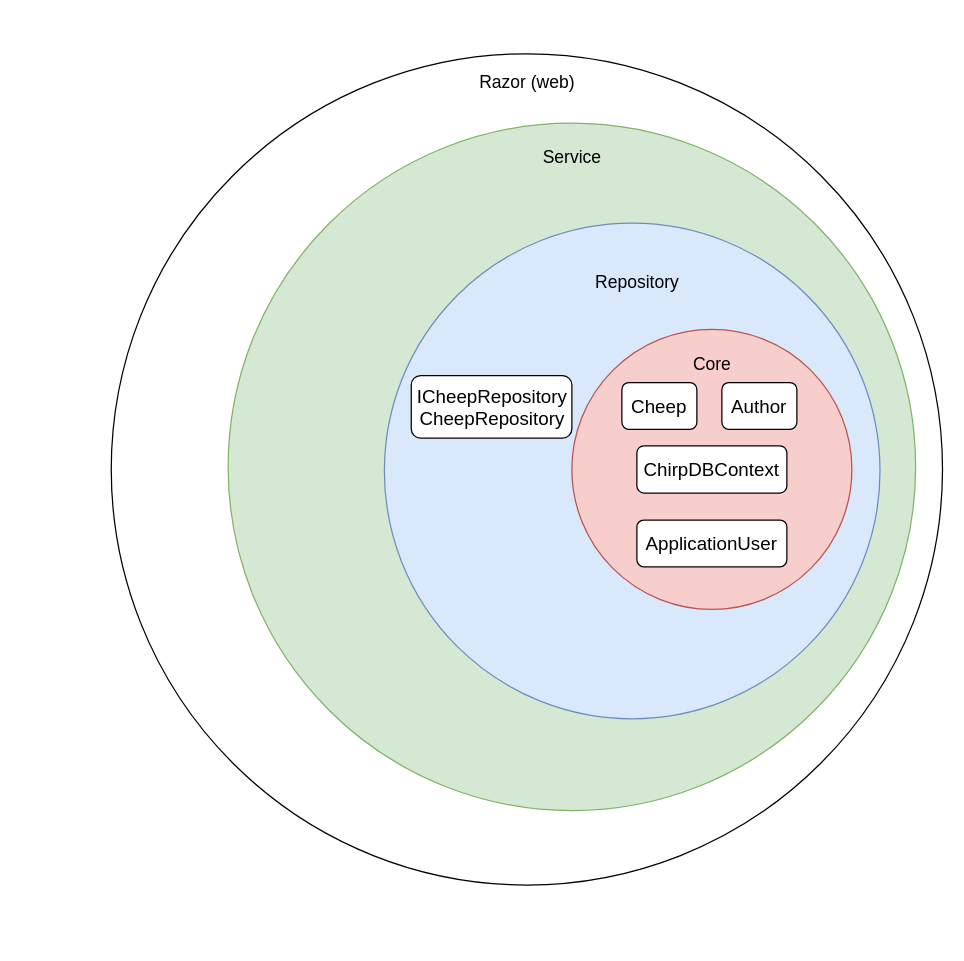
The draw.io diagram docs/diagrams/Architecture-small.drawio in ITU-BDSA2024-GROUP29/Chirp, before the edit. Source tidied: cells renumbered, new cells numbered last; positions are measured from the earlier drawing's top-left corner, leaving out a move shared by most shapes. Both pictures are drawn from the tidied source at 125%, with x=0, y=0 at pixel (111, 52).
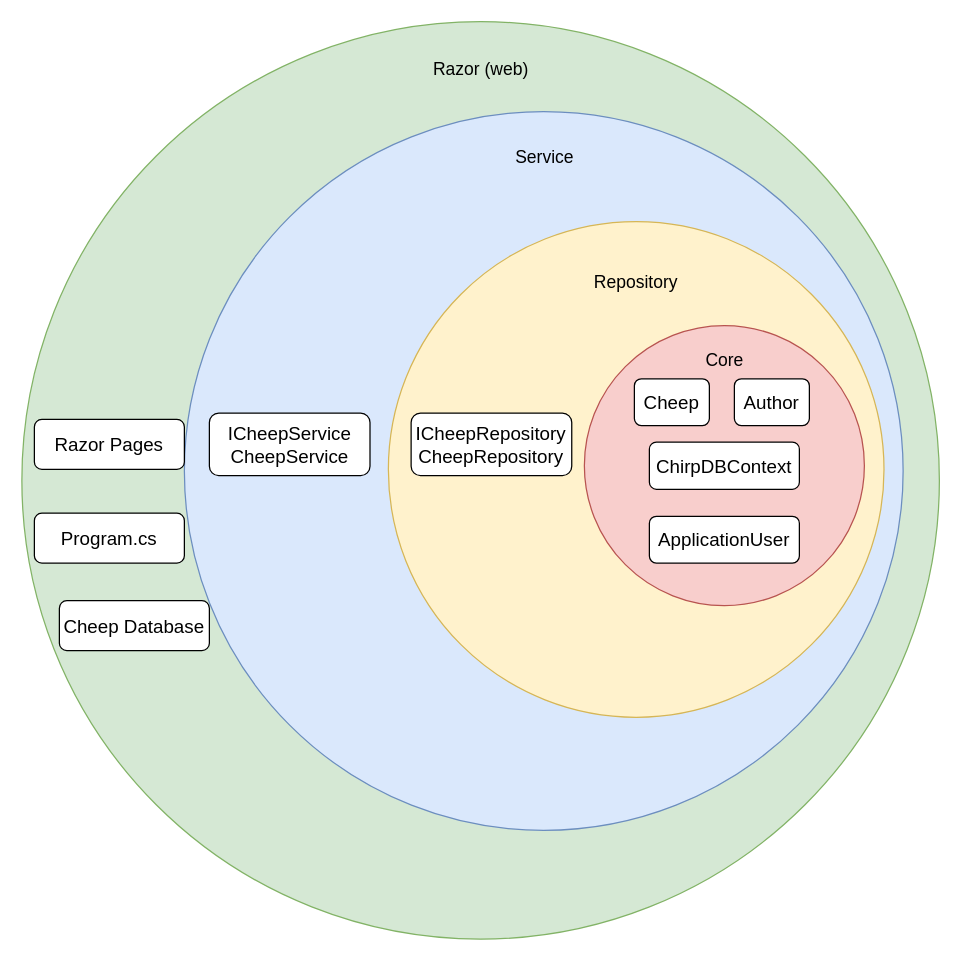
The same diagram, later.

Commit message (it also covers changes not shown here):
finished architecture-small

Diff of the diagram source:
```diff
@@
-    <mxCell id="2" style="ellipse;whiteSpace=wrap;html=1;" parent="1" vertex="1">
-      <mxGeometry x="-0.5" y="0.5" width="665" height="665" as="geometry" />
+    <mxCell id="2" style="ellipse;whiteSpace=wrap;html=1;fillColor=#d5e8d4;strokeColor=#82b366;" parent="1" vertex="1">
+      <mxGeometry x="-72" y="-25.2" width="734" height="734" as="geometry" />
     </mxCell>
+    <mxCell id="7" value="&lt;font style=&quot;font-size: 14px;&quot;&gt;Razor (web)&lt;/font&gt;" style="text;html=1;align=center;verticalAlign=middle;strokeColor=none;fillColor=none;" parent="1" vertex="1">
+      <mxGeometry x="245" y="-2" width="100" height="30" as="geometry" />
+    </mxCell>
+    <mxCell id="16" style="group;" parent="1" vertex="1">
+      <mxGeometry x="58" y="46.8" width="575" height="575" as="geometry" />
+    </mxCell>
-    <mxCell id="3" style="ellipse;whiteSpace=wrap;html=1;fillColor=#d5e8d4;strokeColor=#82b366;" parent="1" vertex="1">
-      <mxGeometry x="93" y="56" width="550" height="550" as="geometry" />
+    <mxCell id="3" style="ellipse;whiteSpace=wrap;html=1;fillColor=#dae8fc;strokeColor=#6c8ebf;" parent="16" vertex="1">
+      <mxGeometry width="575" height="575" as="geometry" />
     </mxCell>
+    <mxCell id="6" value="&lt;font style=&quot;font-size: 14px;&quot;&gt;Service&lt;/font&gt;" style="text;html=1;align=center;verticalAlign=middle;strokeColor=none;fillColor=none;" parent="16" vertex="1">
+      <mxGeometry x="252.5" y="21.2" width="70" height="30" as="geometry" />
+    </mxCell>
+    <mxCell id="17" value="&lt;font style=&quot;font-size: 15px;&quot;&gt;ICheepService&lt;/font&gt;&lt;div&gt;&lt;font style=&quot;font-size: 15px;&quot;&gt;CheepService&lt;/font&gt;&lt;/div&gt;" style="rounded=1;whiteSpace=wrap;html=1;" parent="16" vertex="1">
+      <mxGeometry x="20" y="241.2" width="128.5" height="50" as="geometry" />
+    </mxCell>
+    <mxCell id="18" style="group;" parent="1" vertex="1">
+      <mxGeometry x="221.2" y="134.8" width="396.5" height="396.5" as="geometry" />
+    </mxCell>
-    <mxCell id="4" style="ellipse;whiteSpace=wrap;html=1;fillColor=#dae8fc;strokeColor=#6c8ebf;" parent="1" vertex="1">
-      <mxGeometry x="218" y="136" width="396.5" height="396.5" as="geometry" />
+    <mxCell id="4" style="ellipse;whiteSpace=wrap;html=1;fillColor=#fff2cc;strokeColor=#d6b656;" parent="18" vertex="1">
+      <mxGeometry width="396.5" height="396.5" as="geometry" />
     </mxCell>
-    <mxCell id="5" value="&lt;font style=&quot;font-size: 14px;&quot;&gt;Repository&lt;/font&gt;" style="text;html=1;align=center;verticalAlign=middle;strokeColor=none;fillColor=none;" parent="1" vertex="1">
-      <mxGeometry x="374.5" y="168" width="90" height="30" as="geometry" />
+    <mxCell id="5" value="&lt;font style=&quot;font-size: 14px;&quot;&gt;Repository&lt;/font&gt;" style="text;html=1;align=center;verticalAlign=middle;strokeColor=none;fillColor=none;" parent="18" vertex="1">
+      <mxGeometry x="153.2" y="33.2" width="90" height="30" as="geometry" />
     </mxCell>
-    <mxCell id="6" value="&lt;font style=&quot;font-size: 14px;&quot;&gt;Service&lt;/font&gt;" style="text;html=1;align=center;verticalAlign=middle;strokeColor=none;fillColor=none;" parent="1" vertex="1">
-      <mxGeometry x="333" y="68" width="70" height="30" as="geometry" />
-    </mxCell>
-    <mxCell id="7" value="&lt;font style=&quot;font-size: 14px;&quot;&gt;Razor (web)&lt;/font&gt;" style="text;html=1;align=center;verticalAlign=middle;strokeColor=none;fillColor=none;" parent="1" vertex="1">
-      <mxGeometry x="282" y="8" width="100" height="30" as="geometry" />
-    </mxCell>
+    <mxCell id="15" value="&lt;font style=&quot;font-size: 15px;&quot;&gt;ICheepRepository&lt;/font&gt;&lt;div&gt;&lt;font style=&quot;font-size: 15px;&quot;&gt;CheepRepository&lt;/font&gt;&lt;/div&gt;" style="rounded=1;whiteSpace=wrap;html=1;" parent="18" vertex="1">
+      <mxGeometry x="18.2" y="153.2" width="128.5" height="50" as="geometry" />
+    </mxCell>
     <mxCell id="8" style="group;" parent="1" vertex="1">
-      <mxGeometry x="368" y="221" width="224" height="224" as="geometry" />
+      <mxGeometry x="378" y="218" width="224" height="224" as="geometry" />
     </mxCell>
@@
-    <mxCell id="15" value="&lt;font style=&quot;font-size: 15px;&quot;&gt;ICheepRepository&lt;/font&gt;&lt;div&gt;&lt;font style=&quot;font-size: 15px;&quot;&gt;CheepRepository&lt;/font&gt;&lt;/div&gt;" style="rounded=1;whiteSpace=wrap;html=1;" parent="1" vertex="1">
-      <mxGeometry x="239.5" y="258" width="128.5" height="50" as="geometry" />
-    </mxCell>
+    <mxCell id="19" value="&lt;span style=&quot;font-size: 15px;&quot;&gt;Razor Pages&lt;/span&gt;" style="rounded=1;whiteSpace=wrap;html=1;" parent="1" vertex="1">
+      <mxGeometry x="-62" y="293" width="120" height="40" as="geometry" />
+    </mxCell>
+    <mxCell id="20" value="&lt;span style=&quot;font-size: 15px;&quot;&gt;Program.cs&lt;/span&gt;" style="rounded=1;whiteSpace=wrap;html=1;" parent="1" vertex="1">
+      <mxGeometry x="-62" y="368" width="120" height="40" as="geometry" />
+    </mxCell>
+    <mxCell id="21" value="&lt;span style=&quot;font-size: 15px;&quot;&gt;Cheep Database&lt;/span&gt;" style="rounded=1;whiteSpace=wrap;html=1;" parent="1" vertex="1">
+      <mxGeometry x="-42" y="438" width="120" height="40" as="geometry" />
+    </mxCell>
```
